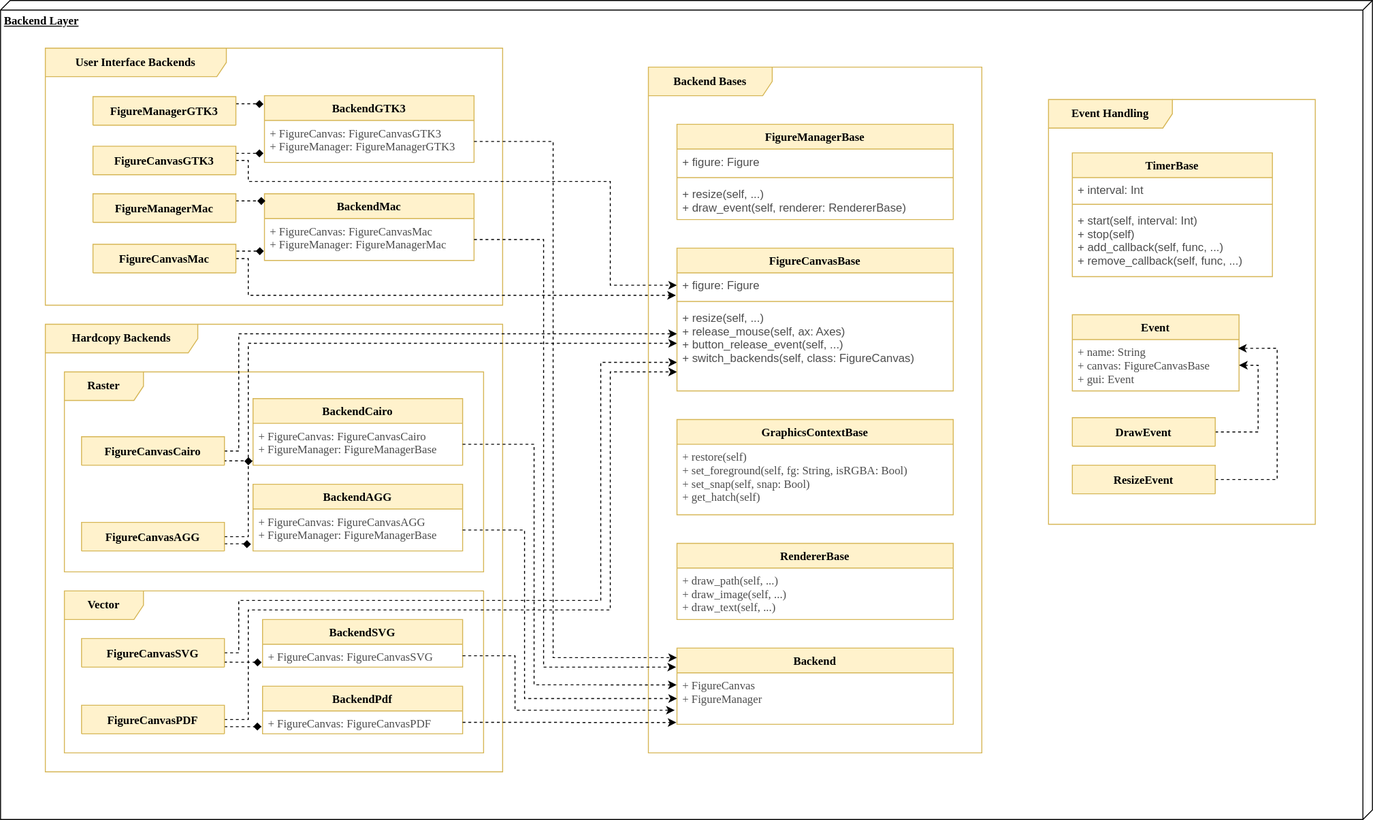
Earlier version of the draw.io export deliverable/1/img/UML_Backend_Layer.svg (CSCD01/team_04-project). Source tidied: cells renumbered, new cells last; positions are measured from the earlier drawing's top-left corner, leaving out a move shared by most shapes.
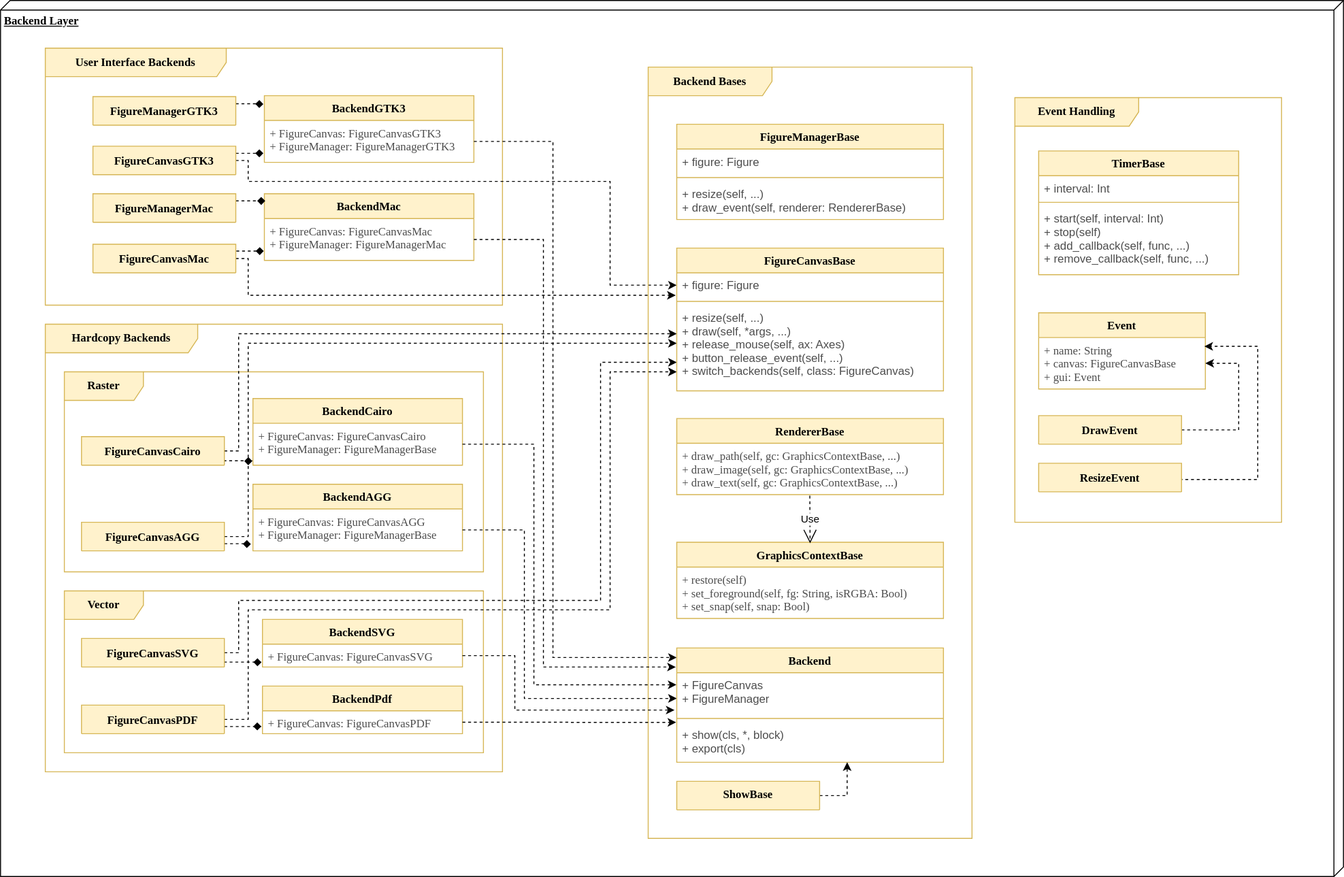
Later version of the same file.

Change to the diagram source:
```diff
@@ -3,7 +3,7 @@
     <mxCell id="0" />
     <mxCell id="1" parent="0" />
     <mxCell id="2" value="&lt;font face=&quot;Tahoma&quot;&gt;&lt;b&gt;Backend Layer&lt;/b&gt;&lt;/font&gt;" style="verticalAlign=top;align=left;spacingTop=8;spacingLeft=2;spacingRight=12;shape=cube;size=10;direction=south;fontStyle=4;html=1;" parent="1" vertex="1">
-      <mxGeometry width="1440" height="860" as="geometry" />
+      <mxGeometry width="1410" height="920" as="geometry" />
     </mxCell>
     <mxCell id="3" value="&lt;font face=&quot;Tahoma&quot;&gt;&lt;b&gt;Hardcopy Backends&lt;/b&gt;&lt;/font&gt;" style="shape=umlFrame;whiteSpace=wrap;html=1;fillColor=#fff2cc;strokeColor=#d6b656;width=160;height=30;" parent="1" vertex="1">
       <mxGeometry x="47" y="340" width="480" height="470" as="geometry" />
@@ -154,19 +154,19 @@
       <mxGeometry x="85" y="670" width="150" height="30" as="geometry" />
     </mxCell>
     <mxCell id="40" value="&lt;font face=&quot;Tahoma&quot;&gt;&lt;b&gt;Backend Bases&lt;/b&gt;&lt;/font&gt;" style="shape=umlFrame;whiteSpace=wrap;html=1;fillColor=#fff2cc;strokeColor=#d6b656;width=130;height=30;" parent="1" vertex="1">
-      <mxGeometry x="680" y="70" width="350" height="720" as="geometry" />
+      <mxGeometry x="680" y="70" width="340" height="810" as="geometry" />
     </mxCell>
     <mxCell id="41" value="&lt;font face=&quot;Tahoma&quot;&gt;&lt;b&gt;Event Handling&lt;/b&gt;&lt;/font&gt;" style="shape=umlFrame;whiteSpace=wrap;html=1;fillColor=#fff2cc;strokeColor=#d6b656;width=130;height=30;" parent="1" vertex="1">
-      <mxGeometry x="1100" y="104" width="280" height="446" as="geometry" />
+      <mxGeometry x="1065" y="102" width="280" height="446" as="geometry" />
     </mxCell>
     <mxCell id="42" value="Event" style="swimlane;fontStyle=1;horizontal=1;startSize=26;fillColor=#fff2cc;fontFamily=Tahoma;strokeColor=#d6b656;" parent="1" vertex="1">
-      <mxGeometry x="1125" y="330" width="175" height="80" as="geometry" />
+      <mxGeometry x="1090" y="328" width="175" height="80" as="geometry" />
     </mxCell>
     <mxCell id="43" value="+ name: String&#10;+ canvas: FigureCanvasBase&#10;+ gui: Event" style="text;strokeColor=none;fillColor=none;align=left;verticalAlign=top;spacingLeft=4;spacingRight=4;overflow=hidden;points=[[0,0.5],[1,0.5]];portConstraint=eastwest;fontFamily=Tahoma;fontColor=#4D4D4D;" parent="42" vertex="1">
       <mxGeometry y="26" width="175" height="54" as="geometry" />
     </mxCell>
     <mxCell id="44" value="TimerBase" style="swimlane;fontStyle=1;align=center;verticalAlign=middle;horizontal=1;startSize=26;fontFamily=Tahoma;fontColor=#000000;strokeColor=#d6b656;fillColor=#fff2cc;" parent="1" vertex="1">
-      <mxGeometry x="1125" y="160" width="210" height="130" as="geometry" />
+      <mxGeometry x="1090" y="158" width="210" height="130" as="geometry" />
     </mxCell>
     <mxCell id="45" value="+ interval: Int&#10;" style="text;strokeColor=none;fillColor=none;align=left;verticalAlign=top;spacingLeft=4;spacingRight=4;overflow=hidden;fontColor=#4D4D4D;" parent="44" vertex="1">
       <mxGeometry y="26" width="210" height="24" as="geometry" />
@@ -178,68 +178,67 @@
       <mxGeometry y="58" width="210" height="72" as="geometry" />
     </mxCell>
     <mxCell id="48" value="RendererBase" style="swimlane;fontStyle=1;horizontal=1;startSize=26;fillColor=#fff2cc;fontFamily=Tahoma;strokeColor=#d6b656;" parent="1" vertex="1">
-      <mxGeometry x="710" y="570" width="290" height="80" as="geometry" />
+      <mxGeometry x="710" y="439" width="280" height="80" as="geometry" />
     </mxCell>
-    <mxCell id="49" value="+ draw_path(self, ...)&#10;+ draw_image(self, ...)&#10;+ draw_text(self, ...)" style="text;strokeColor=none;fillColor=none;align=left;verticalAlign=top;spacingLeft=4;spacingRight=4;overflow=hidden;fontFamily=Tahoma;fontColor=#4D4D4D;" parent="48" vertex="1">
-      <mxGeometry y="26" width="290" height="54" as="geometry" />
+    <mxCell id="49" value="+ draw_path(self, gc: GraphicsContextBase, ...)&#10;+ draw_image(self, gc: GraphicsContextBase, ...)&#10;+ draw_text(self, gc: GraphicsContextBase, ...)" style="text;strokeColor=none;fillColor=none;align=left;verticalAlign=top;spacingLeft=4;spacingRight=4;overflow=hidden;fontFamily=Tahoma;fontColor=#4D4D4D;" parent="48" vertex="1">
+      <mxGeometry y="26" width="280" height="54" as="geometry" />
     </mxCell>
     <mxCell id="50" value="FigureCanvasBase" style="swimlane;fontStyle=1;align=center;verticalAlign=middle;horizontal=1;startSize=26;fontFamily=Tahoma;fontColor=#000000;strokeColor=#d6b656;fillColor=#fff2cc;" parent="1" vertex="1">
-      <mxGeometry x="710" y="260" width="290" height="150" as="geometry" />
+      <mxGeometry x="710" y="260" width="280" height="150" as="geometry" />
     </mxCell>
     <mxCell id="51" value="+ figure: Figure" style="text;strokeColor=none;fillColor=none;align=left;verticalAlign=top;spacingLeft=4;spacingRight=4;overflow=hidden;points=[[0,0.5],[1,0.5]];portConstraint=eastwest;fontColor=#4D4D4D;" parent="50" vertex="1">
-      <mxGeometry y="26" width="290" height="26" as="geometry" />
+      <mxGeometry y="26" width="280" height="26" as="geometry" />
     </mxCell>
     <mxCell id="52" style="line;strokeWidth=1;fillColor=#fff2cc;align=left;verticalAlign=middle;spacingTop=-1;spacingLeft=3;spacingRight=3;labelPosition=right;strokeColor=#d6b656;" parent="50" vertex="1">
-      <mxGeometry y="52" width="290" height="8" as="geometry" />
+      <mxGeometry y="52" width="280" height="8" as="geometry" />
     </mxCell>
-    <mxCell id="53" value="+ resize(self, ...)&#10;+ release_mouse(self, ax: Axes)&#10;+ button_release_event(self, ...)&#10;+ switch_backends(self, class: FigureCanvas)" style="text;strokeColor=none;fillColor=none;align=left;verticalAlign=top;spacingLeft=4;spacingRight=4;overflow=hidden;points=[[0,0.5],[1,0.5]];portConstraint=eastwest;fontColor=#4D4D4D;" parent="50" vertex="1">
-      <mxGeometry y="60" width="290" height="90" as="geometry" />
+    <mxCell id="53" value="+ resize(self, ...)&#10;+ draw(self, *args, ...)&#10;+ release_mouse(self, ax: Axes)&#10;+ button_release_event(self, ...)&#10;+ switch_backends(self, class: FigureCanvas)" style="text;strokeColor=none;fillColor=none;align=left;verticalAlign=top;spacingLeft=4;spacingRight=4;overflow=hidden;points=[[0,0.5],[1,0.5]];portConstraint=eastwest;fontColor=#4D4D4D;" parent="50" vertex="1">
+      <mxGeometry y="60" width="280" height="90" as="geometry" />
     </mxCell>
     <mxCell id="54" value="GraphicsContextBase" style="swimlane;fontStyle=1;horizontal=1;startSize=26;fillColor=#fff2cc;fontFamily=Tahoma;strokeColor=#d6b656;" parent="1" vertex="1">
-      <mxGeometry x="710" y="440" width="290" height="100" as="geometry" />
+      <mxGeometry x="710" y="569" width="280" height="80" as="geometry" />
     </mxCell>
-    <mxCell id="55" value="+ restore(self)&#10;+ set_foreground(self, fg: String, isRGBA: Bool)&#10;+ set_snap(self, snap: Bool)&#10;+ get_hatch(self)" style="text;strokeColor=none;fillColor=none;align=left;verticalAlign=top;spacingLeft=4;spacingRight=4;overflow=hidden;fontFamily=Tahoma;fontColor=#4D4D4D;" parent="54" vertex="1">
-      <mxGeometry y="26" width="290" height="74" as="geometry" />
+    <mxCell id="55" value="+ restore(self)&#10;+ set_foreground(self, fg: String, isRGBA: Bool)&#10;+ set_snap(self, snap: Bool)&#10;" style="text;strokeColor=none;fillColor=none;align=left;verticalAlign=top;spacingLeft=4;spacingRight=4;overflow=hidden;fontFamily=Tahoma;fontColor=#4D4D4D;" parent="54" vertex="1">
+      <mxGeometry y="26" width="280" height="54" as="geometry" />
     </mxCell>
     <mxCell id="56" value="FigureManagerBase" style="swimlane;fontStyle=1;align=center;verticalAlign=middle;horizontal=1;startSize=26;fontFamily=Tahoma;fontColor=#000000;strokeColor=#d6b656;fillColor=#fff2cc;" parent="1" vertex="1">
-      <mxGeometry x="710" y="130" width="290" height="100" as="geometry" />
+      <mxGeometry x="710" y="130" width="280" height="100" as="geometry" />
     </mxCell>
     <mxCell id="57" value="+ figure: Figure" style="text;strokeColor=none;fillColor=none;align=left;verticalAlign=top;spacingLeft=4;spacingRight=4;overflow=hidden;fontColor=#4D4D4D;" parent="56" vertex="1">
-      <mxGeometry y="26" width="290" height="26" as="geometry" />
+      <mxGeometry y="26" width="280" height="26" as="geometry" />
     </mxCell>
     <mxCell id="58" style="line;strokeWidth=1;fillColor=#fff2cc;align=left;verticalAlign=middle;spacingTop=-1;spacingLeft=3;spacingRight=3;labelPosition=right;strokeColor=#d6b656;" parent="56" vertex="1">
-      <mxGeometry y="52" width="290" height="8" as="geometry" />
+      <mxGeometry y="52" width="280" height="8" as="geometry" />
     </mxCell>
     <mxCell id="59" value="+ resize(self, ...)&#10;+ draw_event(self, renderer: RendererBase)" style="text;strokeColor=none;fillColor=none;align=left;verticalAlign=top;spacingLeft=4;spacingRight=4;overflow=hidden;fontColor=#4D4D4D;" parent="56" vertex="1">
-      <mxGeometry y="60" width="290" height="40" as="geometry" />
+      <mxGeometry y="60" width="280" height="40" as="geometry" />
     </mxCell>
-    <mxCell id="60" value="Backend" style="swimlane;fontStyle=1;horizontal=1;startSize=26;fillColor=#fff2cc;fontFamily=Tahoma;strokeColor=#d6b656;" parent="1" vertex="1">
-      <mxGeometry x="710" y="680" width="290" height="80" as="geometry" />
-    </mxCell>
-    <mxCell id="61" value="+ FigureCanvas&#10;+ FigureManager&#10;" style="text;strokeColor=none;fillColor=none;align=left;verticalAlign=top;spacingLeft=4;spacingRight=4;overflow=hidden;points=[[0,0.5],[1,0.5]];portConstraint=eastwest;fontFamily=Tahoma;fontColor=#4D4D4D;" parent="60" vertex="1">
-      <mxGeometry y="26" width="290" height="54" as="geometry" />
-    </mxCell>
-    <mxCell id="62" style="edgeStyle=orthogonalEdgeStyle;rounded=0;jettySize=auto;html=1;exitX=1;exitY=0.5;exitDx=0;exitDy=0;entryX=-0.002;entryY=0.965;entryDx=0;entryDy=0;entryPerimeter=0;dashed=1;" parent="1" edge="1" source="31" target="61">
-      <mxGeometry relative="1" as="geometry" />
+    <mxCell id="62" style="edgeStyle=orthogonalEdgeStyle;rounded=0;jettySize=auto;html=1;exitX=1;exitY=0.5;exitDx=0;exitDy=0;entryX=-0.002;entryY=0.965;entryDx=0;entryDy=0;entryPerimeter=0;dashed=1;" parent="1" edge="1" source="31">
+      <mxGeometry relative="1" as="geometry">
+        <mxPoint x="709.4" y="758.1" as="targetPoint" />
+      </mxGeometry>
     </mxCell>
-    <mxCell id="63" style="edgeStyle=orthogonalEdgeStyle;rounded=0;jettySize=auto;html=1;exitX=1;exitY=0.5;exitDx=0;exitDy=0;entryX=-0.008;entryY=0.726;entryDx=0;entryDy=0;entryPerimeter=0;dashed=1;" parent="1" edge="1" source="36" target="61">
+    <mxCell id="63" style="edgeStyle=orthogonalEdgeStyle;rounded=0;jettySize=auto;html=1;exitX=1;exitY=0.5;exitDx=0;exitDy=0;entryX=-0.008;entryY=0.726;entryDx=0;entryDy=0;entryPerimeter=0;dashed=1;" parent="1" edge="1" source="36">
       <mxGeometry relative="1" as="geometry">
+        <mxPoint x="707.7" y="745.2" as="targetPoint" />
         <Array as="points">
           <mxPoint x="540" y="688" />
           <mxPoint x="540" y="745" />
         </Array>
       </mxGeometry>
     </mxCell>
-    <mxCell id="64" style="edgeStyle=orthogonalEdgeStyle;rounded=0;jettySize=auto;html=1;exitX=1;exitY=0.5;exitDx=0;exitDy=0;entryX=0;entryY=0.5;entryDx=0;entryDy=0;dashed=1;" parent="1" edge="1" source="20" target="61">
+    <mxCell id="64" style="edgeStyle=orthogonalEdgeStyle;rounded=0;jettySize=auto;html=1;exitX=1;exitY=0.5;exitDx=0;exitDy=0;entryX=0;entryY=0.5;entryDx=0;entryDy=0;dashed=1;" parent="1" edge="1" source="20">
       <mxGeometry relative="1" as="geometry">
+        <mxPoint x="710" y="733" as="targetPoint" />
         <Array as="points">
           <mxPoint x="550" y="556" />
           <mxPoint x="550" y="733" />
         </Array>
       </mxGeometry>
     </mxCell>
-    <mxCell id="65" style="edgeStyle=orthogonalEdgeStyle;rounded=0;jettySize=auto;html=1;exitX=1;exitY=0.5;exitDx=0;exitDy=0;entryX=-0.001;entryY=0.234;entryDx=0;entryDy=0;entryPerimeter=0;dashed=1;" parent="1" edge="1" source="25" target="61">
+    <mxCell id="65" style="edgeStyle=orthogonalEdgeStyle;rounded=0;jettySize=auto;html=1;exitX=1;exitY=0.5;exitDx=0;exitDy=0;entryX=-0.001;entryY=0.234;entryDx=0;entryDy=0;entryPerimeter=0;dashed=1;" parent="1" edge="1" source="25">
       <mxGeometry relative="1" as="geometry">
+        <mxPoint x="709.7" y="718.6" as="targetPoint" />
         <Array as="points">
           <mxPoint x="560" y="466" />
           <mxPoint x="560" y="719" />
@@ -255,8 +254,9 @@
         </Array>
       </mxGeometry>
     </mxCell>
-    <mxCell id="67" style="edgeStyle=orthogonalEdgeStyle;rounded=0;jettySize=auto;html=1;exitX=1;exitY=0.5;exitDx=0;exitDy=0;entryX=0;entryY=0.125;entryDx=0;entryDy=0;entryPerimeter=0;dashed=1;" parent="1" edge="1" source="12" target="60">
+    <mxCell id="67" style="edgeStyle=orthogonalEdgeStyle;rounded=0;jettySize=auto;html=1;exitX=1;exitY=0.5;exitDx=0;exitDy=0;entryX=0;entryY=0.125;entryDx=0;entryDy=0;entryPerimeter=0;dashed=1;" parent="1" edge="1" source="12">
       <mxGeometry relative="1" as="geometry">
+        <mxPoint x="710" y="690" as="targetPoint" />
         <Array as="points">
           <mxPoint x="580" y="148" />
           <mxPoint x="580" y="690" />
@@ -264,24 +264,54 @@
       </mxGeometry>
     </mxCell>
     <mxCell id="68" style="edgeStyle=orthogonalEdgeStyle;rounded=0;jettySize=auto;html=1;exitX=1;exitY=0.5;exitDx=0;exitDy=0;entryX=1;entryY=0.5;entryDx=0;entryDy=0;dashed=1;" parent="1" edge="1" source="69" target="43">
-      <mxGeometry relative="1" as="geometry" />
+      <mxGeometry relative="1" as="geometry">
+        <Array as="points">
+          <mxPoint x="1300" y="451" />
+          <mxPoint x="1300" y="381" />
+        </Array>
+      </mxGeometry>
     </mxCell>
     <mxCell id="69" value="DrawEvent" style="swimlane;fontStyle=1;horizontal=1;startSize=30;fillColor=#fff2cc;fontFamily=Tahoma;strokeColor=#d6b656;" parent="1" vertex="1">
-      <mxGeometry x="1125" y="438" width="150" height="30" as="geometry" />
+      <mxGeometry x="1090" y="436" width="150" height="30" as="geometry" />
     </mxCell>
     <mxCell id="70" style="edgeStyle=orthogonalEdgeStyle;rounded=0;jettySize=auto;html=1;exitX=1;exitY=0.5;exitDx=0;exitDy=0;entryX=0.994;entryY=0.171;entryDx=0;entryDy=0;entryPerimeter=0;dashed=1;" parent="1" edge="1" source="71" target="43">
       <mxGeometry relative="1" as="geometry">
         <Array as="points">
-          <mxPoint x="1340" y="503" />
-          <mxPoint x="1340" y="365" />
+          <mxPoint x="1240" y="503" />
+          <mxPoint x="1320" y="503" />
+          <mxPoint x="1320" y="363" />
         </Array>
       </mxGeometry>
     </mxCell>
     <mxCell id="71" value="ResizeEvent" style="swimlane;fontStyle=1;horizontal=1;startSize=30;fillColor=#fff2cc;fontFamily=Tahoma;strokeColor=#d6b656;" parent="1" vertex="1">
-      <mxGeometry x="1125" y="488" width="150" height="30" as="geometry" />
+      <mxGeometry x="1090" y="486" width="150" height="30" as="geometry" />
     </mxCell>
     <mxCell id="72" style="edgeStyle=orthogonalEdgeStyle;rounded=0;jettySize=auto;html=1;exitX=-0.003;exitY=0.777;exitDx=0;exitDy=0;entryX=1;entryY=0.25;entryDx=0;entryDy=0;endArrow=none;endFill=0;exitPerimeter=0;startArrow=diamond;startFill=1;dashed=1;" parent="1" edge="1" source="6" target="8">
       <mxGeometry relative="1" as="geometry" />
     </mxCell>
+    <mxCell id="60" value="Backend" style="swimlane;fontStyle=1;align=center;verticalAlign=middle;horizontal=1;startSize=26;fontFamily=Tahoma;fontColor=#000000;strokeColor=#d6b656;fillColor=#fff2cc;" parent="1" vertex="1">
+      <mxGeometry x="710" y="680" width="280" height="120" as="geometry" />
+    </mxCell>
+    <mxCell id="61" value="+ FigureCanvas&#10;+ FigureManager&#10;" style="text;strokeColor=none;fillColor=none;align=left;verticalAlign=top;spacingLeft=4;spacingRight=4;overflow=hidden;points=[[0,0.5],[1,0.5]];portConstraint=eastwest;fontColor=#4D4D4D;" parent="60" vertex="1">
+      <mxGeometry y="26" width="280" height="44" as="geometry" />
+    </mxCell>
+    <mxCell id="73" style="line;strokeWidth=1;fillColor=#fff2cc;align=left;verticalAlign=middle;spacingTop=-1;spacingLeft=3;spacingRight=3;labelPosition=right;strokeColor=#d6b656;" parent="60" vertex="1">
+      <mxGeometry y="70" width="280" height="8" as="geometry" />
+    </mxCell>
+    <mxCell id="74" value="+ show(cls, *, block)&#10;+ export(cls)" style="text;strokeColor=none;fillColor=none;align=left;verticalAlign=top;spacingLeft=4;spacingRight=4;overflow=hidden;points=[[0,0.5],[1,0.5]];portConstraint=eastwest;fontColor=#4D4D4D;" parent="60" vertex="1">
+      <mxGeometry y="78" width="280" height="42" as="geometry" />
+    </mxCell>
+    <mxCell id="75" style="edgeStyle=orthogonalEdgeStyle;rounded=0;jettySize=auto;html=1;exitX=1;exitY=0.5;exitDx=0;exitDy=0;entryX=0.639;entryY=1;entryDx=0;entryDy=0;entryPerimeter=0;dashed=1;" parent="1" edge="1" source="76" target="74">
+      <mxGeometry relative="1" as="geometry" />
+    </mxCell>
+    <mxCell id="76" value="ShowBase" style="swimlane;fontStyle=1;horizontal=1;startSize=30;fillColor=#fff2cc;fontFamily=Tahoma;strokeColor=#d6b656;verticalAlign=top;" parent="1" vertex="1">
+      <mxGeometry x="710" y="820" width="150" height="30" as="geometry" />
+    </mxCell>
+    <mxCell id="77" value="Use" style="endArrow=open;endSize=12;dashed=1;html=1;" parent="1" edge="1">
+      <mxGeometry relative="1" as="geometry">
+        <mxPoint x="849.7" y="520" as="sourcePoint" />
+        <mxPoint x="850" y="570" as="targetPoint" />
+      </mxGeometry>
+    </mxCell>
   </root>
 </mxGraphModel>
```
